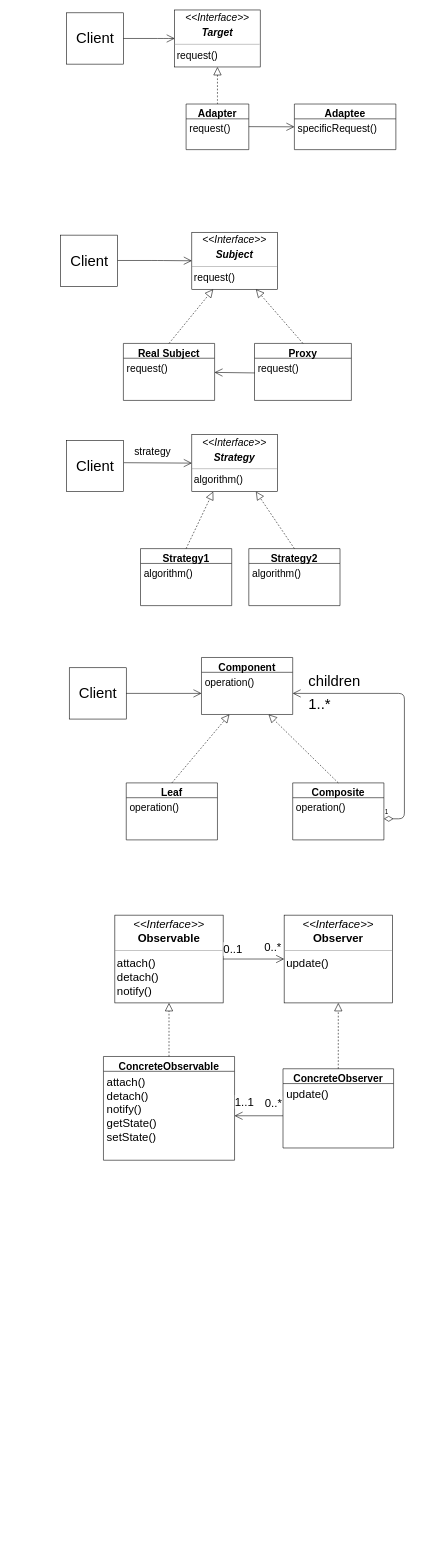
This is Untitled Diagram.drawio from PashaJ23/sandbox-area, a draw.io file, before an edit. Source tidied: cells renumbered, new cells numbered last; positions are measured from the earlier drawing's top-left corner, leaving out a move shared by most shapes. Both pictures are drawn from the tidied source at 57%, with x=0, y=0 at pixel (60, 10).
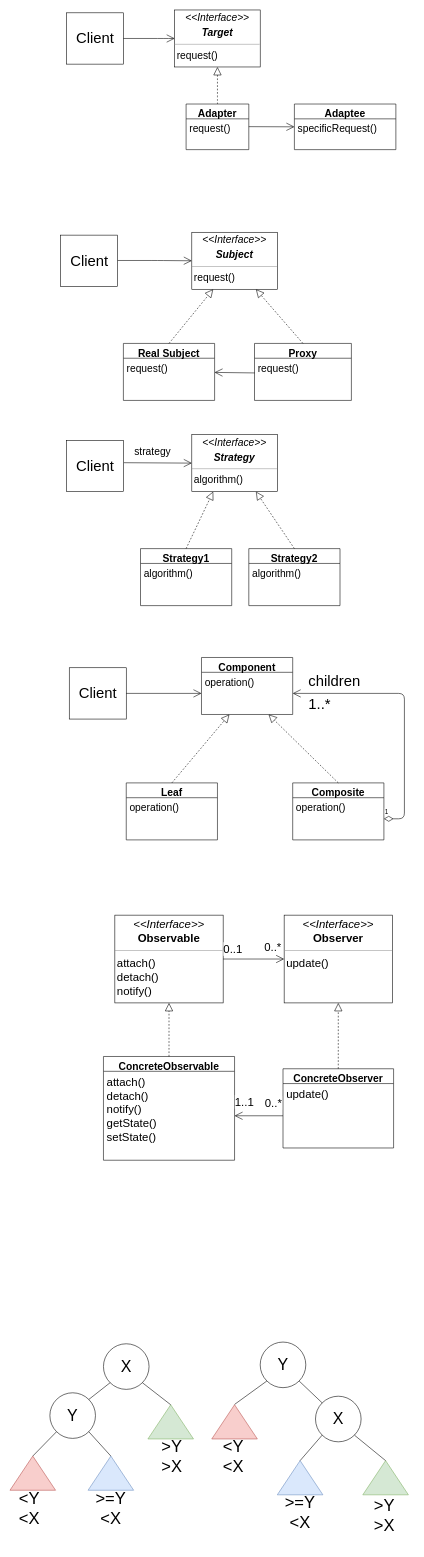
After the change.

Diff of the diagram source:
```diff
@@
+    <mxCell id="58" value="&lt;font style=&quot;font-size: 28px&quot;&gt;X&lt;/font&gt;" style="ellipse;whiteSpace=wrap;html=1;" parent="1" vertex="1">
+      <mxGeometry x="75" y="2340" width="80" height="80" as="geometry" />
+    </mxCell>
+    <mxCell id="59" value="&lt;font style=&quot;font-size: 28px&quot;&gt;Y&lt;/font&gt;" style="ellipse;whiteSpace=wrap;html=1;" parent="1" vertex="1">
+      <mxGeometry x="-19" y="2426" width="80" height="80" as="geometry" />
+    </mxCell>
+    <mxCell id="60" style="triangle;whiteSpace=wrap;html=1;rotation=-90;fillColor=#f8cecc;strokeColor=#b85450;" parent="1" vertex="1">
+      <mxGeometry x="-79" y="2527" width="60" height="80" as="geometry" />
+    </mxCell>
+    <mxCell id="61" style="triangle;whiteSpace=wrap;html=1;rotation=-90;fillColor=#dae8fc;strokeColor=#6c8ebf;" parent="1" vertex="1">
+      <mxGeometry x="58" y="2527" width="60" height="80" as="geometry" />
+    </mxCell>
+    <mxCell id="62" style="triangle;whiteSpace=wrap;html=1;rotation=-90;fillColor=#d5e8d4;strokeColor=#82b366;" parent="1" vertex="1">
+      <mxGeometry x="163" y="2437" width="60" height="80" as="geometry" />
+    </mxCell>
+    <mxCell id="63" style="endArrow=none;html=1;entryX=1;entryY=1;entryDx=0;entryDy=0;exitX=1;exitY=0.5;exitDx=0;exitDy=0;" parent="1" edge="1" source="62" target="58">
+      <mxGeometry relative="1" as="geometry" />
+    </mxCell>
+    <mxCell id="64" style="endArrow=none;html=1;exitX=1;exitY=0;exitDx=0;exitDy=0;entryX=0;entryY=1;entryDx=0;entryDy=0;" parent="1" edge="1" source="59" target="58">
+      <mxGeometry relative="1" as="geometry" />
+    </mxCell>
+    <mxCell id="65" style="endArrow=none;html=1;exitX=0;exitY=1;exitDx=0;exitDy=0;entryX=1;entryY=0.5;entryDx=0;entryDy=0;" parent="1" edge="1" source="59" target="60">
+      <mxGeometry relative="1" as="geometry" />
+    </mxCell>
+    <mxCell id="66" style="endArrow=none;html=1;exitX=1;exitY=1;exitDx=0;exitDy=0;entryX=1;entryY=0.5;entryDx=0;entryDy=0;" parent="1" edge="1" source="59" target="61">
+      <mxGeometry relative="1" as="geometry" />
+    </mxCell>
+    <mxCell id="67" value="&lt;font style=&quot;font-size: 28px&quot;&gt;X&lt;/font&gt;" style="ellipse;whiteSpace=wrap;html=1;" parent="1" vertex="1">
+      <mxGeometry x="447" y="2432" width="80" height="80" as="geometry" />
+    </mxCell>
+    <mxCell id="68" value="&lt;font style=&quot;font-size: 28px&quot;&gt;Y&lt;/font&gt;" style="ellipse;whiteSpace=wrap;html=1;" parent="1" vertex="1">
+      <mxGeometry x="350" y="2337" width="80" height="80" as="geometry" />
+    </mxCell>
+    <mxCell id="69" style="triangle;whiteSpace=wrap;html=1;rotation=-90;fillColor=#d5e8d4;strokeColor=#82b366;" parent="1" vertex="1">
+      <mxGeometry x="540" y="2535" width="60" height="80" as="geometry" />
+    </mxCell>
+    <mxCell id="70" style="triangle;whiteSpace=wrap;html=1;rotation=-90;fillColor=#dae8fc;strokeColor=#6c8ebf;" parent="1" vertex="1">
+      <mxGeometry x="390" y="2535" width="60" height="80" as="geometry" />
+    </mxCell>
+    <mxCell id="71" style="triangle;whiteSpace=wrap;html=1;rotation=-90;fillColor=#f8cecc;strokeColor=#b85450;" parent="1" vertex="1">
+      <mxGeometry x="275" y="2437" width="60" height="80" as="geometry" />
+    </mxCell>
+    <mxCell id="72" style="endArrow=none;html=1;exitX=1;exitY=0;exitDx=0;exitDy=0;entryX=0;entryY=1;entryDx=0;entryDy=0;" parent="1" edge="1" target="68">
+      <mxGeometry relative="1" as="geometry">
+        <mxPoint x="305" y="2446.4" as="sourcePoint" />
+      </mxGeometry>
+    </mxCell>
+    <mxCell id="73" style="endArrow=none;html=1;entryX=1;entryY=1;entryDx=0;entryDy=0;exitX=0;exitY=0;exitDx=0;exitDy=0;" parent="1" edge="1" source="67" target="68">
+      <mxGeometry relative="1" as="geometry" />
+    </mxCell>
+    <mxCell id="74" style="endArrow=none;html=1;exitX=1;exitY=0.5;exitDx=0;exitDy=0;entryX=0;entryY=1;entryDx=0;entryDy=0;" parent="1" edge="1" source="70" target="67">
+      <mxGeometry relative="1" as="geometry" />
+    </mxCell>
+    <mxCell id="75" style="endArrow=none;html=1;exitX=1;exitY=0.5;exitDx=0;exitDy=0;entryX=1;entryY=1;entryDx=0;entryDy=0;" parent="1" edge="1" source="69" target="67">
+      <mxGeometry relative="1" as="geometry" />
+    </mxCell>
+    <mxCell id="76" value="&lt;font style=&quot;font-size: 29px&quot;&gt;&amp;lt;Y&lt;br&gt;&amp;lt;X&lt;/font&gt;" style="text;html=1;strokeColor=none;fillColor=none;align=center;verticalAlign=middle;whiteSpace=wrap;rounded=0;" parent="1" vertex="1">
+      <mxGeometry x="-75" y="2571" width="40" height="113" as="geometry" />
+    </mxCell>
+    <mxCell id="77" value="&lt;font style=&quot;font-size: 29px&quot;&gt;&amp;gt;=Y&lt;br&gt;&amp;lt;X&lt;/font&gt;" style="text;html=1;strokeColor=none;fillColor=none;align=center;verticalAlign=middle;whiteSpace=wrap;rounded=0;" parent="1" vertex="1">
+      <mxGeometry x="68" y="2571" width="40" height="113" as="geometry" />
+    </mxCell>
+    <mxCell id="78" value="&lt;font style=&quot;font-size: 29px&quot;&gt;&amp;gt;Y&lt;br&gt;&amp;gt;X&lt;/font&gt;" style="text;html=1;strokeColor=none;fillColor=none;align=center;verticalAlign=middle;whiteSpace=wrap;rounded=0;" parent="1" vertex="1">
+      <mxGeometry x="175" y="2481" width="40" height="113" as="geometry" />
+    </mxCell>
+    <mxCell id="79" value="&lt;font style=&quot;font-size: 29px&quot;&gt;&amp;gt;Y&lt;br&gt;&amp;gt;X&lt;/font&gt;" style="text;html=1;strokeColor=none;fillColor=none;align=center;verticalAlign=middle;whiteSpace=wrap;rounded=0;" parent="1" vertex="1">
+      <mxGeometry x="548" y="2584" width="40" height="113" as="geometry" />
+    </mxCell>
+    <mxCell id="80" value="&lt;font style=&quot;font-size: 29px&quot;&gt;&amp;gt;=Y&lt;br&gt;&amp;lt;X&lt;/font&gt;" style="text;html=1;strokeColor=none;fillColor=none;align=center;verticalAlign=middle;whiteSpace=wrap;rounded=0;" parent="1" vertex="1">
+      <mxGeometry x="400" y="2579" width="40" height="113" as="geometry" />
+    </mxCell>
+    <mxCell id="81" value="&lt;font style=&quot;font-size: 29px&quot;&gt;&amp;lt;Y&lt;br&gt;&amp;lt;X&lt;/font&gt;" style="text;html=1;strokeColor=none;fillColor=none;align=center;verticalAlign=middle;whiteSpace=wrap;rounded=0;" parent="1" vertex="1">
+      <mxGeometry x="283" y="2481" width="40" height="113" as="geometry" />
+    </mxCell>
```
